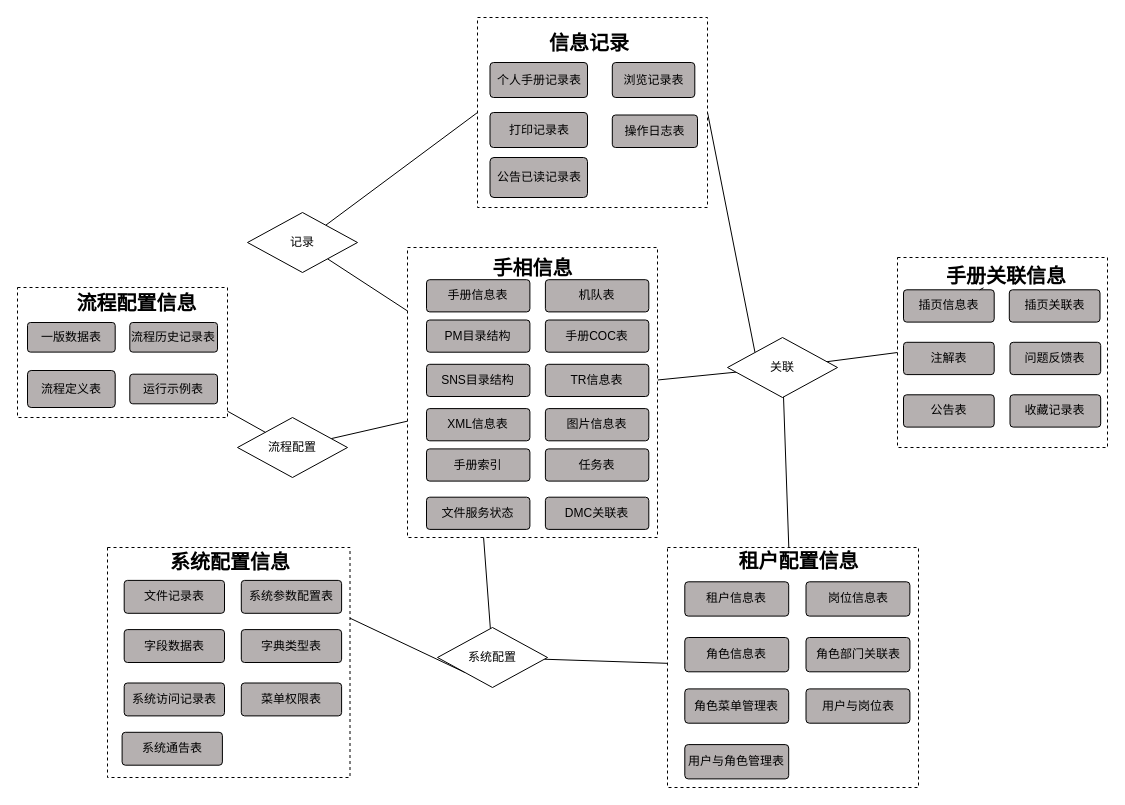
Above: 数据结构图.drawio in DemonHan/KuickBuy (draw.io), before the change. Source tidied: cells renumbered, new cells numbered last; positions are measured from the earlier drawing's top-left corner, leaving out a move shared by most shapes. Both pictures are drawn from the tidied source at 100%, with x=0, y=0 at pixel (17, 17).
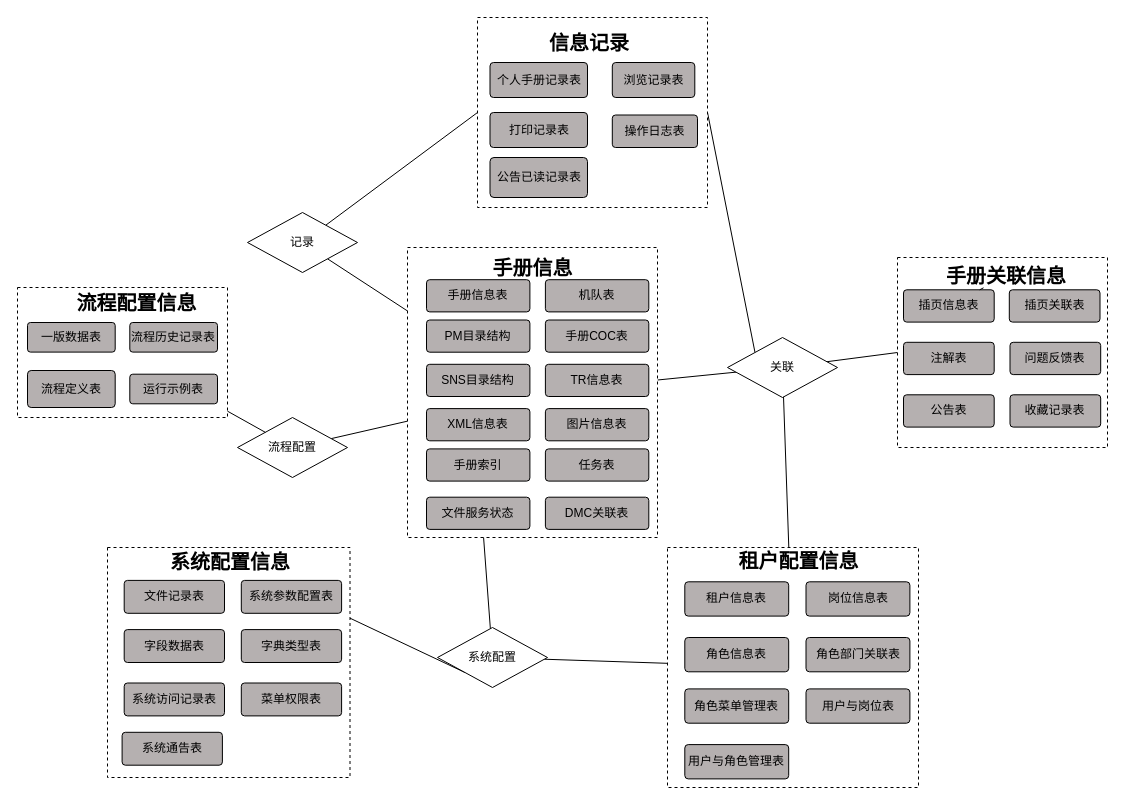
Above is the later version.

Commit message:
更新数据结构图.drawio

Unchanged cells that the change refers to:
```xml
<mxCell id="43" style="group;whiteSpace=wrap;" parent="1" vertex="1">
  <mxGeometry x="390" y="230" width="250" height="290" as="geometry" />
</mxCell>
```

Change to the diagram source:
```diff
@@
-    <mxCell id="55" value="手相信息" style="text;strokeColor=none;fillColor=none;align=center;verticalAlign=middle;rounded=0;fontSize=20;fontStyle=1;whiteSpace=wrap;" parent="43" vertex="1">
+    <mxCell id="55" value="手册信息" style="text;strokeColor=none;fillColor=none;align=center;verticalAlign=middle;rounded=0;fontSize=20;fontStyle=1;whiteSpace=wrap;" parent="43" vertex="1">
       <mxGeometry x="80.2" y="8.1" width="91.4" height="24.2" as="geometry" />
     </mxCell>
```
